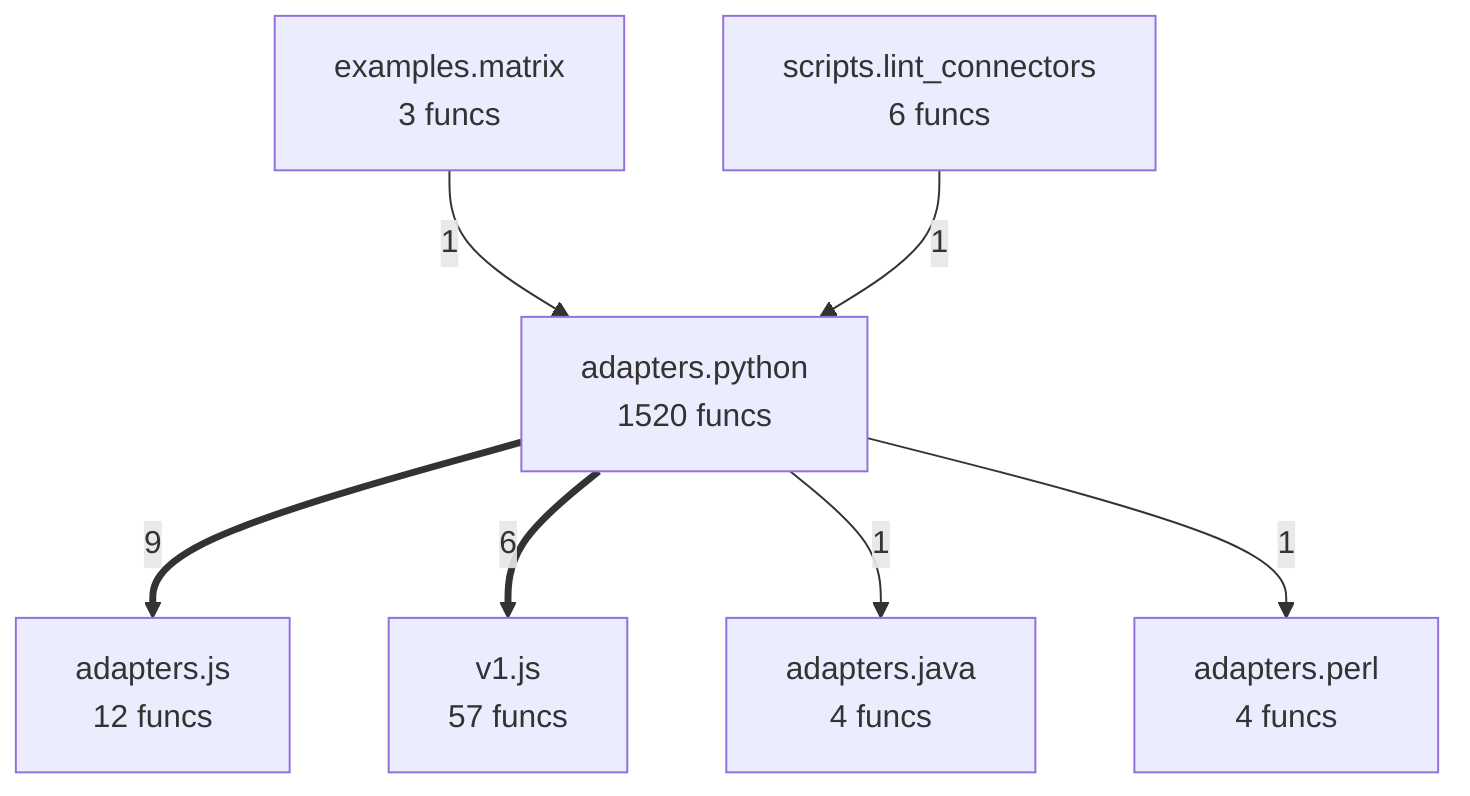
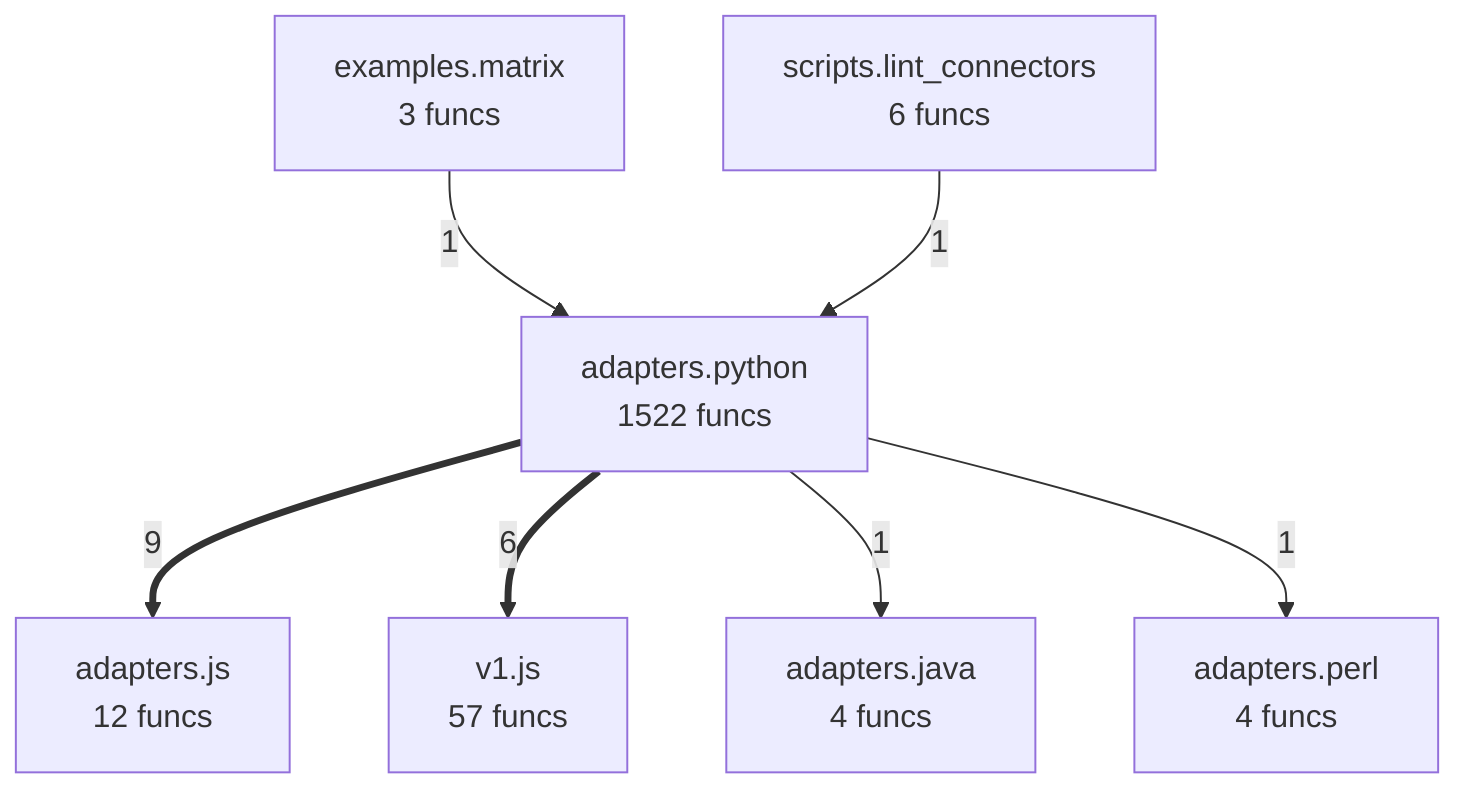
flowchart TD
- %% generated in 0.06s
+ %% generated in 0.12s
    adapters__java["adapters.java<br/>4 funcs"]
    adapters__js["adapters.js<br/>12 funcs"]
    adapters__perl["adapters.perl<br/>4 funcs"]
-     adapters__python["adapters.python<br/>1520 funcs"]
+     adapters__python["adapters.python<br/>1522 funcs"]
    examples__matrix["examples.matrix<br/>3 funcs"]
    scripts__lint_connectors["scripts.lint_connectors<br/>6 funcs"]
    v1__js["v1.js<br/>57 funcs"]
    adapters__python ==>|9| adapters__js
    adapters__python ==>|6| v1__js
    examples__matrix -->|1| adapters__python
    scripts__lint_connectors -->|1| adapters__python
    adapters__python -->|1| adapters__java
    adapters__python -->|1| adapters__perl
